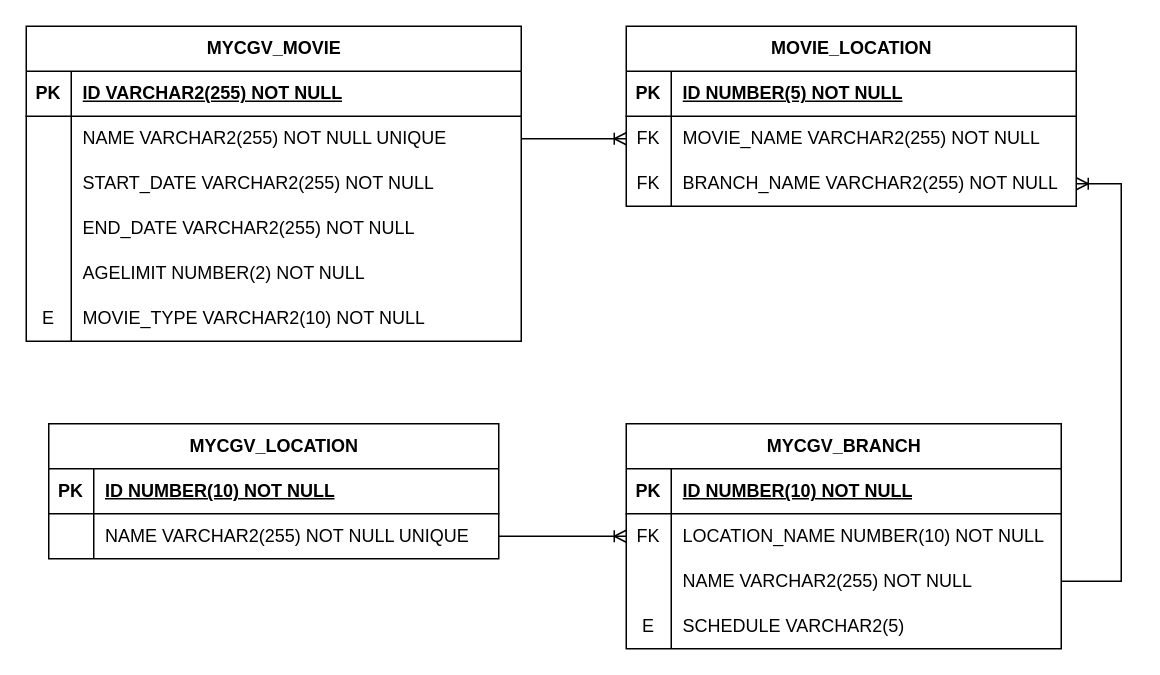
The draw.io diagram new mycgv_erd.drawio in jaehyeonkim0/mycgv, before the edit. Source tidied: cells renumbered, new cells numbered last; positions are measured from the earlier drawing's top-left corner, leaving out a move shared by most shapes. Both pictures are drawn from the tidied source at 150%, with x=0, y=0 at pixel (26, 26).
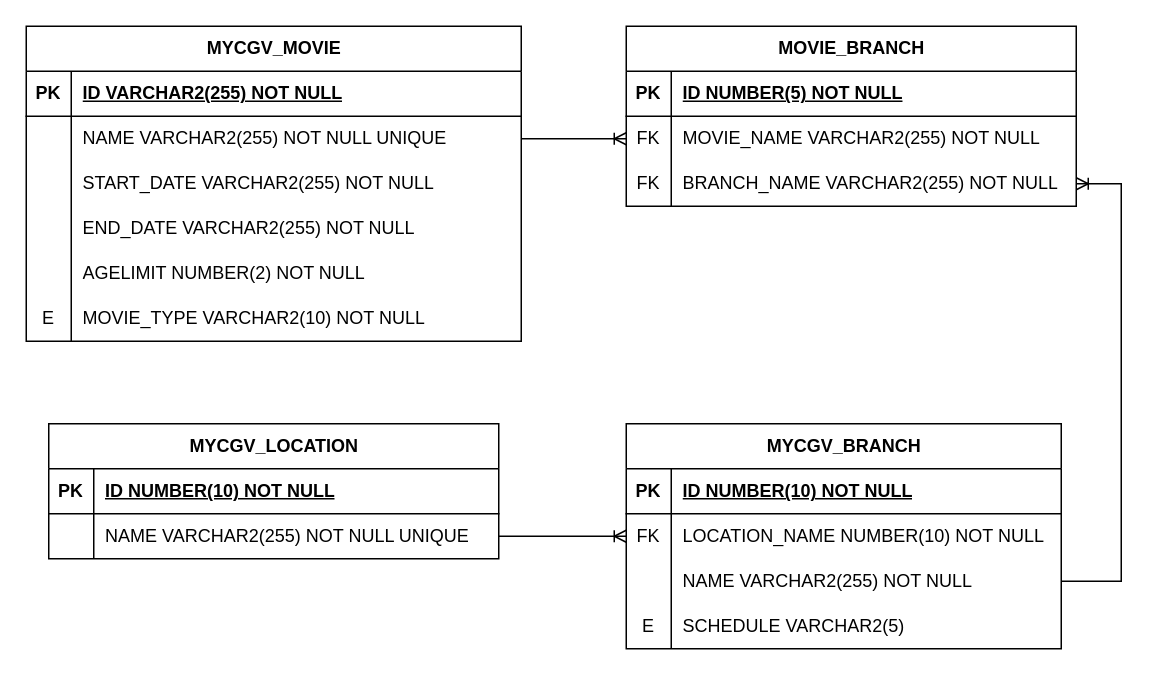
The same diagram, later.

The edit, as a diff of the source:
```diff
@@
-    <mxCell id="42" value="MOVIE_LOCATION" style="shape=table;startSize=30;childLayout=tableLayout;rowLines=0;fontStyle=1;align=center;html=1;" parent="1" vertex="1">
+    <mxCell id="42" value="MOVIE_BRANCH" style="shape=table;startSize=30;childLayout=tableLayout;rowLines=0;fontStyle=1;align=center;html=1;" parent="1" vertex="1">
       <mxGeometry x="400" width="300" height="120" as="geometry" />
     </mxCell>
```
